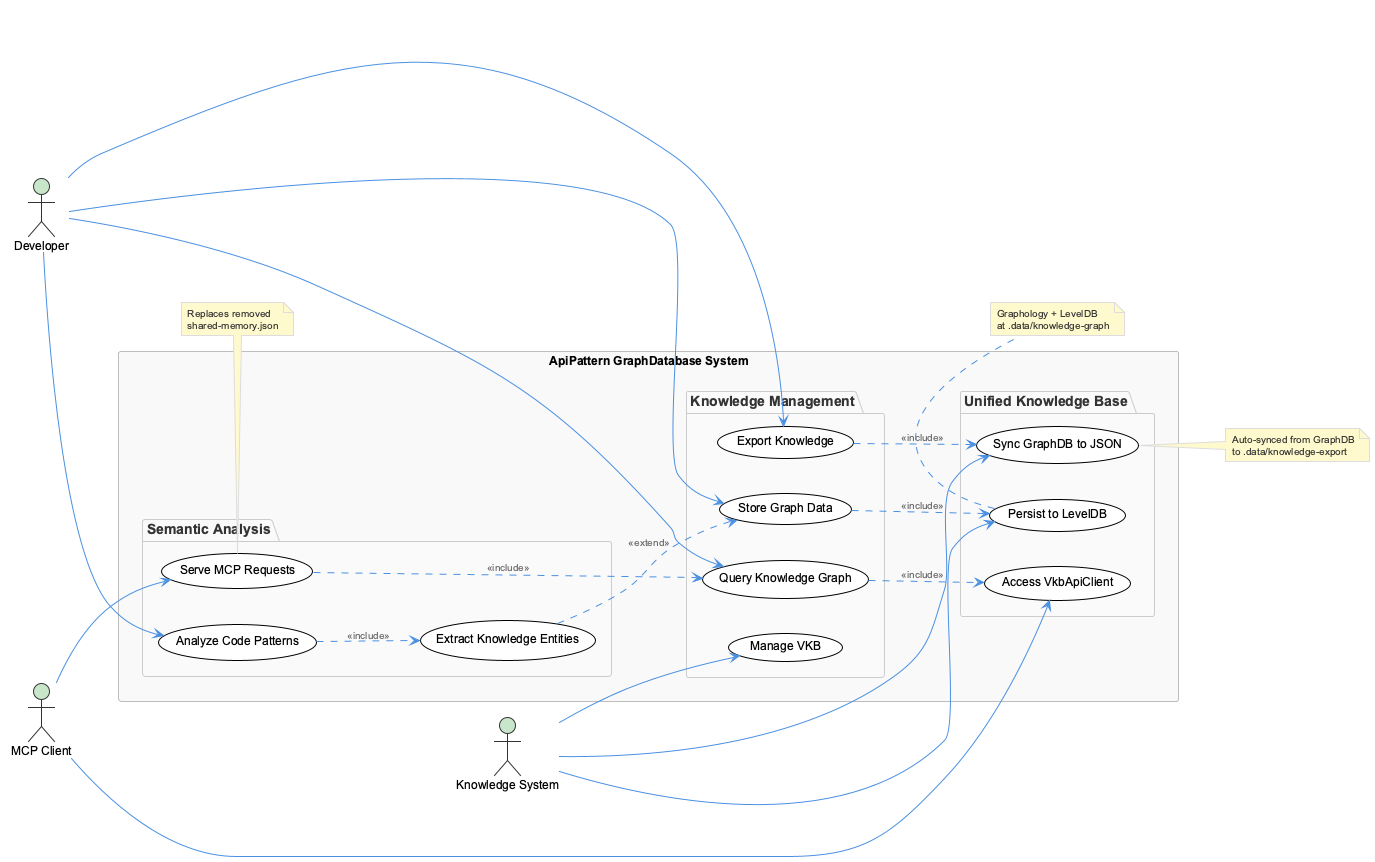
Earlier version of the PlantUML export knowledge-management/insights/images/api-pattern-use-cases.png (fwornle/coding).
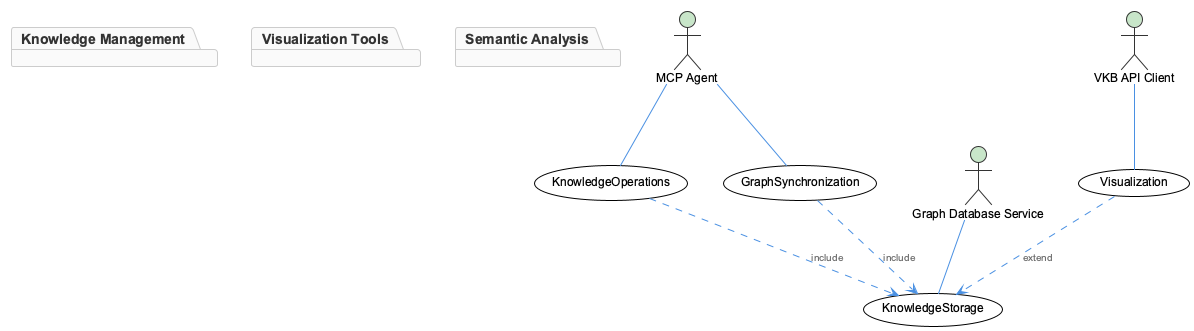
The same diagram one commit later.

Diff of the diagram source:
```diff
@@ -1,65 +1,36 @@
 @startuml
 !include /Users/q284340/Agentic/coding/docs/puml/_standard-style.puml
 
-left to right direction
+actor MCPAgent as "MCP Agent"
+actor VkbApiClient as "VKB API Client"
+actor GraphDatabaseService as "Graph Database Service"
 
-actor "Developer" as dev
-actor "Knowledge System" as ks
-actor "MCP Client" as mcp
+usecase "Knowledge Storage" as (KnowledgeStorage)
+usecase "Visualization" as (Visualization)
+usecase "Knowledge Operations" as (KnowledgeOperations)
+usecase "Graph Synchronization" as (GraphSynchronization)
 
-rectangle "ApiPattern GraphDatabase System" {
-    package "Knowledge Management" {
-        usecase "Store Graph Data" as store
-        usecase "Query Knowledge Graph" as query
-        usecase "Export Knowledge" as export
-        usecase "Manage VKB" as vkb
-    }
-
-    package "Unified Knowledge Base" {
-        usecase "Access VkbApiClient" as client
-        usecase "Sync GraphDB to JSON" as sync
-        usecase "Persist to LevelDB" as persist
-    }
-
-    package "Semantic Analysis" {
-        usecase "Analyze Code Patterns" as analyze
-        usecase "Extract Knowledge Entities" as extract
-        usecase "Serve MCP Requests" as serve
-    }
+package "Knowledge Management" {
+  (KnowledgeStorage)
+  (KnowledgeOperations)
 }
 
-dev --> store
-dev --> query
-dev --> export
-dev --> analyze
+package "Visualization Tools" {
+  (Visualization)
+}
 
-ks --> vkb
-ks --> sync
-ks --> persist
+MCPAgent -- (KnowledgeOperations)
+VkbApiClient -- (Visualization)
+GraphDatabaseService -- (KnowledgeStorage)
 
-mcp --> serve
-mcp --> client
+(KnowledgeOperations) ..> (KnowledgeStorage) : include
+(Visualization) ..> (KnowledgeStorage) : extend
+(GraphSynchronization) ..> (KnowledgeStorage) : include
 
-store ..> persist : <<include>>
-query ..> client : <<include>>
-export ..> sync : <<include>>
-analyze ..> extract : <<include>>
-extract ..> store : <<extend>>
-serve ..> query : <<include>>
+package "Semantic Analysis" {
+  (GraphSynchronization)
+}
 
-note right of sync
-  Auto-synced from GraphDB
-  to .data/knowledge-export
-end note
-
-note bottom of persist
-  Graphology + LevelDB
-  at .data/knowledge-graph
-end note
-
-note top of serve
-  Replaces removed
-  shared-memory.json
-end note
+MCPAgent -- (GraphSynchronization)
 
 @enduml
```
